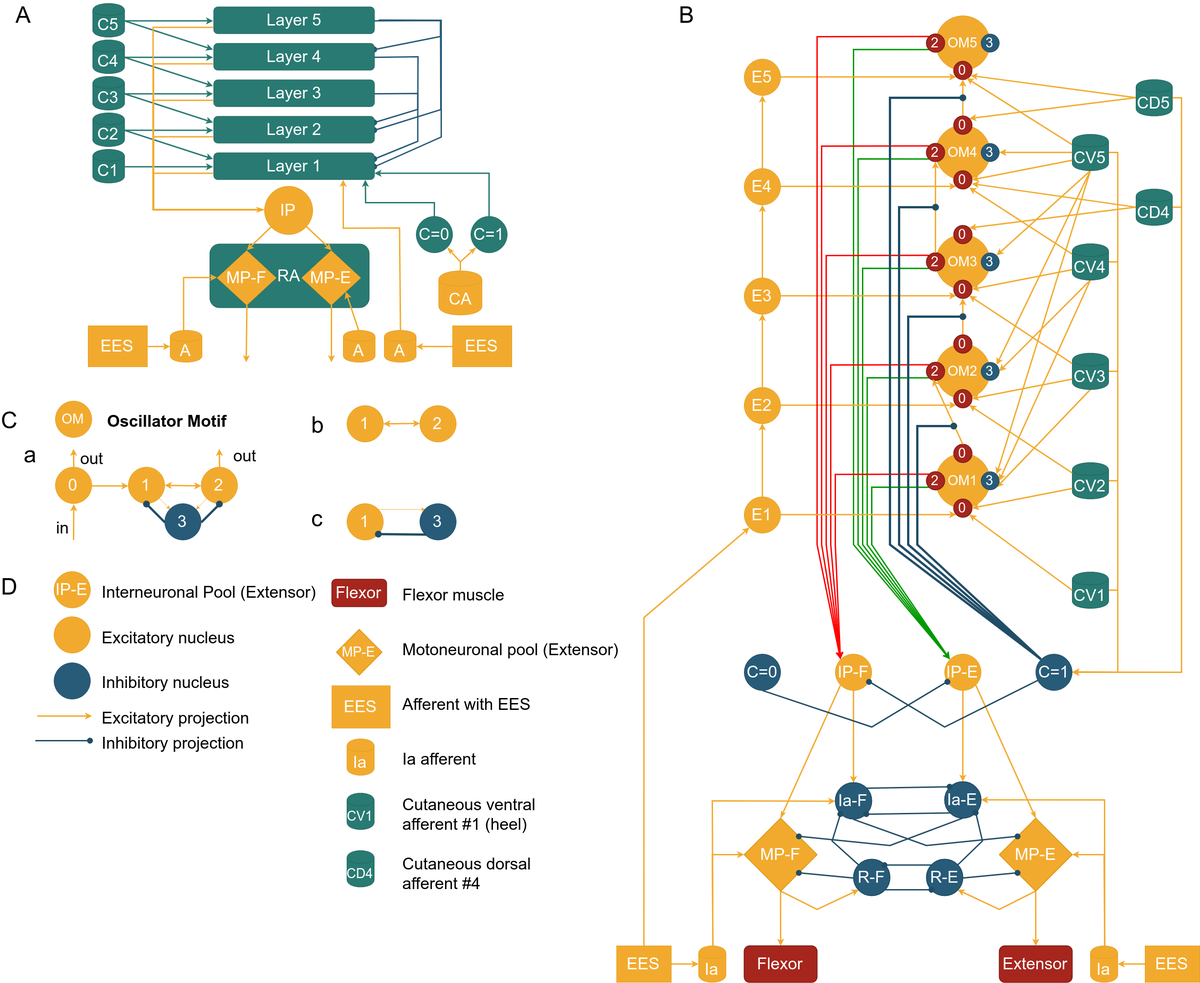
This is doc/diagram/cpg_FE_combined.png from research-team/memristive-spinal-cord, a draw.io export, as it was before one commit. Source tidied: cells renumbered, new cells last; positions are measured from the earlier drawing's top-left corner, leaving out a move shared by most shapes.
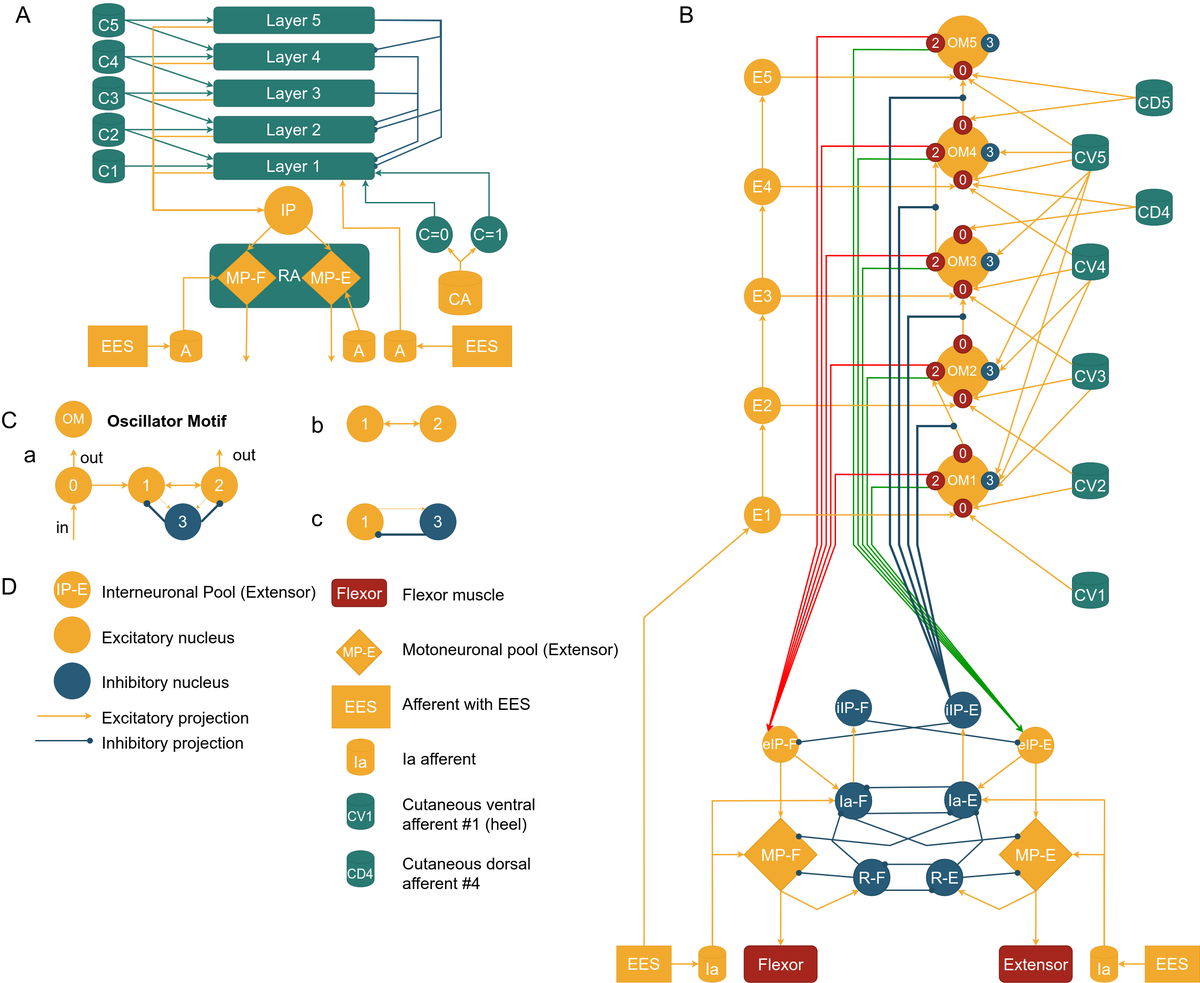
Later version of the same file.

Commit message:
CPG: got rid of C=0, C=1 nuclei

Change to the diagram source:
```diff
@@ -352,54 +352,14 @@
     <mxCell id="81" style="edgeStyle=none;rounded=0;comic=0;html=1;shadow=0;labelBackgroundColor=none;startArrow=none;startFill=0;startSize=6;endArrow=classic;endFill=1;endSize=6;jettySize=auto;strokeColor=#F2AA2E;strokeWidth=3;fillColor=#97D077;gradientColor=#97D077;fontSize=20;fontColor=#FFFFFF;align=left;exitX=1;exitY=0.5;exitDx=0;exitDy=0;entryX=0;entryY=0.5;entryDx=0;entryDy=0;" parent="1" edge="1" source="41" target="48">
       <mxGeometry relative="1" as="geometry" />
     </mxCell>
-    <mxCell id="82" style="rounded=0;html=1;exitX=1;exitY=0.5;jettySize=auto;strokeWidth=3;fillColor=#ffe6cc;strokeColor=#F2AA2E;fontColor=#FFFFFF;entryX=1;entryY=0.5;entryDx=0;entryDy=0;" parent="1" edge="1" source="133" target="88">
-      <mxGeometry relative="1" as="geometry">
-        <Array as="points">
-          <mxPoint x="2453" y="1294" />
-          <mxPoint x="2453" y="1474" />
-        </Array>
-      </mxGeometry>
-    </mxCell>
-    <mxCell id="83" style="html=1;exitX=1;exitY=0.5;entryX=1;entryY=0.5;jettySize=auto;rounded=0;fillColor=#ffe6cc;strokeColor=#F2AA2E;strokeWidth=3;fontColor=#FFFFFF;entryDx=0;entryDy=0;" parent="1" edge="1" source="178" target="88">
-      <mxGeometry relative="1" as="geometry">
-        <Array as="points">
-          <mxPoint x="2453" y="1054" />
-          <mxPoint x="2453" y="1474" />
-        </Array>
-      </mxGeometry>
-    </mxCell>
-    <mxCell id="84" style="rounded=0;html=1;exitX=1;exitY=0.5;entryX=1;entryY=0.5;jettySize=auto;strokeWidth=3;fillColor=#ffe6cc;strokeColor=#F2AA2E;fontColor=#FFFFFF;entryDx=0;entryDy=0;" parent="1" edge="1" source="177" target="88">
-      <mxGeometry relative="1" as="geometry">
-        <Array as="points">
-          <mxPoint x="2453" y="814" />
-          <mxPoint x="2453" y="1474" />
-        </Array>
-      </mxGeometry>
-    </mxCell>
-    <mxCell id="85" style="rounded=0;html=1;exitX=1;exitY=0.5;entryX=1;entryY=0.5;jettySize=auto;strokeWidth=3;fillColor=#ffe6cc;strokeColor=#F2AA2E;fontColor=#FFFFFF;entryDx=0;entryDy=0;" parent="1" edge="1" source="227" target="88">
-      <mxGeometry relative="1" as="geometry">
-        <Array as="points">
-          <mxPoint x="2453" y="574" />
-          <mxPoint x="2453" y="1474" />
-        </Array>
-      </mxGeometry>
-    </mxCell>
-    <mxCell id="86" style="rounded=0;html=1;entryX=1;entryY=0.5;jettySize=auto;strokeWidth=3;fillColor=#ffe6cc;strokeColor=#F2AA2E;exitX=1;exitY=0.5;fontColor=#FFFFFF;entryDx=0;entryDy=0;" parent="1" edge="1" source="226" target="88">
-      <mxGeometry relative="1" as="geometry">
-        <Array as="points">
-          <mxPoint x="2453" y="334" />
-          <mxPoint x="2453" y="1474" />
-        </Array>
-      </mxGeometry>
-    </mxCell>
     <mxCell id="87" style="rounded=0;html=1;exitX=0;exitY=0.5;entryX=1;entryY=0.5;jettySize=auto;strokeWidth=3;fillColor=#ffe6cc;strokeColor=#F2AA2E;fontColor=#FFFFFF;exitDx=0;exitDy=0;" parent="1" edge="1" source="174" target="132">
       <mxGeometry relative="1" as="geometry" />
     </mxCell>
-    <mxCell id="88" value="&lt;font style=&quot;font-size: 36px&quot;&gt;C=1&lt;/font&gt;" style="ellipse;whiteSpace=wrap;html=1;rounded=0;shadow=0;glass=0;comic=0;labelBackgroundColor=none;strokeColor=#1D4459;strokeWidth=1;fillColor=#275B78;fontSize=30;fontColor=#FFFFFF;align=center;gradientColor=none;" parent="1" vertex="1">
-      <mxGeometry x="2273" y="1434" width="80" height="80" as="geometry" />
+    <mxCell id="88" value="&lt;font style=&quot;font-size: 34px&quot;&gt;iIP-E&lt;/font&gt;" style="ellipse;whiteSpace=wrap;html=1;rounded=0;shadow=0;glass=0;comic=0;labelBackgroundColor=none;strokeColor=#1D4459;strokeWidth=1;fillColor=#275B78;fontSize=30;fontColor=#FFFFFF;align=center;gradientColor=none;" parent="1" vertex="1">
+      <mxGeometry x="2073" y="1516.5" width="80" height="80" as="geometry" />
     </mxCell>
-    <mxCell id="89" value="&lt;font style=&quot;font-size: 36px&quot;&gt;C=0&lt;/font&gt;" style="ellipse;whiteSpace=wrap;html=1;rounded=0;shadow=0;glass=0;comic=0;labelBackgroundColor=none;strokeColor=#1D4459;strokeWidth=1;fillColor=#275B78;fontSize=30;fontColor=#FFFFFF;align=center;gradientColor=none;" parent="1" vertex="1">
-      <mxGeometry x="1633" y="1434" width="80" height="80" as="geometry" />
+    <mxCell id="89" value="&lt;font style=&quot;font-size: 34px&quot;&gt;iIP-F&lt;/font&gt;" style="ellipse;whiteSpace=wrap;html=1;rounded=0;shadow=0;glass=0;comic=0;labelBackgroundColor=none;strokeColor=#1D4459;strokeWidth=1;fillColor=#275B78;fontSize=30;fontColor=#FFFFFF;align=center;gradientColor=none;" parent="1" vertex="1">
+      <mxGeometry x="1833" y="1512" width="80" height="80" as="geometry" />
     </mxCell>
     <mxCell id="90" style="rounded=0;comic=0;html=1;entryX=0;entryY=1;shadow=0;labelBackgroundColor=none;startArrow=none;startFill=0;startSize=6;endArrow=classic;endFill=1;endSize=6;jettySize=auto;strokeColor=#F2AA2E;strokeWidth=3;fillColor=#ffcd28;gradientColor=#ffa500;fontSize=30;fontColor=#000000;align=left;exitX=0.5;exitY=0;entryDx=0;entryDy=0;exitDx=0;exitDy=0;" parent="1" edge="1" source="173" target="175">
       <mxGeometry relative="1" as="geometry">
@@ -454,16 +414,16 @@
     <mxCell id="97" style="edgeStyle=none;comic=0;html=1;exitX=0.5;exitY=1;startArrow=none;startFill=0;endArrow=classic;endFill=1;jettySize=auto;strokeColor=#F2AA2E;strokeWidth=3;fontSize=18;fontColor=#FFFFFF;fillColor=#ffcd28;gradientColor=#ffa500;rounded=0;" parent="1" edge="1" source="110" target="116">
       <mxGeometry relative="1" as="geometry" />
     </mxCell>
-    <mxCell id="98" style="rounded=0;html=1;entryX=0.5;entryY=0;startArrow=none;startFill=0;endArrow=classicThin;endFill=1;jettySize=auto;strokeColor=#F2AA2E;strokeWidth=3;fontSize=20;fontColor=#003366;fillColor=#ffcd28;gradientColor=#ffa500;exitX=1;exitY=1;exitDx=0;exitDy=0;" parent="1" edge="1" source="118" target="109">
+    <mxCell id="98" style="rounded=0;html=1;entryX=0.5;entryY=0;startArrow=none;startFill=0;endArrow=classicThin;endFill=1;jettySize=auto;strokeColor=#F2AA2E;strokeWidth=3;fontSize=20;fontColor=#003366;fillColor=#ffcd28;gradientColor=#ffa500;exitX=0.5;exitY=1;exitDx=0;exitDy=0;" parent="1" edge="1" source="118" target="109">
       <mxGeometry relative="1" as="geometry" />
     </mxCell>
-    <mxCell id="99" style="rounded=0;html=1;entryX=0.5;entryY=0;startArrow=none;startFill=0;endArrow=classicThin;endFill=1;jettySize=auto;strokeColor=#F2AA2E;strokeWidth=3;fontSize=20;fontColor=#003366;fillColor=#ffcd28;gradientColor=#ffa500;exitX=0;exitY=1;exitDx=0;exitDy=0;" parent="1" edge="1" source="117" target="110">
+    <mxCell id="99" style="rounded=0;html=1;entryX=0.5;entryY=0;startArrow=none;startFill=0;endArrow=classicThin;endFill=1;jettySize=auto;strokeColor=#F2AA2E;strokeWidth=3;fontSize=20;fontColor=#003366;fillColor=#ffcd28;gradientColor=#ffa500;" parent="1" edge="1" source="117" target="110">
       <mxGeometry relative="1" as="geometry" />
     </mxCell>
-    <mxCell id="100" style="endArrow=classic;html=1;strokeColor=#F2AA2E;strokeWidth=3;fontSize=20;fontColor=#003366;entryX=0.5;entryY=0;fillColor=#ffcd28;exitX=0.5;exitY=1;gradientColor=#ffa500;rounded=0;entryDx=0;entryDy=0;" parent="1" edge="1" source="117" target="111">
+    <mxCell id="100" style="endArrow=classic;html=1;strokeColor=#F2AA2E;strokeWidth=3;fontSize=20;fontColor=#003366;fillColor=#ffcd28;gradientColor=#ffa500;rounded=0;" parent="1" edge="1" source="117" target="111">
       <mxGeometry relative="1" as="geometry" />
     </mxCell>
-    <mxCell id="101" style="endArrow=classic;html=1;strokeColor=#F2AA2E;strokeWidth=3;fontSize=20;fontColor=#003366;entryX=0.5;entryY=0;fillColor=#ffcd28;gradientColor=#ffa500;rounded=0;entryDx=0;entryDy=0;" parent="1" edge="1" source="118" target="112">
+    <mxCell id="101" style="endArrow=classic;html=1;strokeColor=#F2AA2E;strokeWidth=3;fontSize=20;fontColor=#003366;fillColor=#ffcd28;gradientColor=#ffa500;rounded=0;" parent="1" edge="1" source="118" target="112">
       <mxGeometry relative="1" as="geometry" />
     </mxCell>
     <mxCell id="102" style="endArrow=classic;html=1;strokeColor=#F2AA2E;strokeWidth=3;fontSize=18;fontColor=#FFFFFF;entryX=0;entryY=1;fillColor=#ffcd28;gradientColor=#ffa500;exitX=0.5;exitY=1;rounded=0;" parent="1" edge="1" source="110" target="113">
@@ -535,11 +495,11 @@
     <mxCell id="116" value="&lt;font style=&quot;font-size: 36px&quot;&gt;Flexor&lt;/font&gt;" style="rounded=1;whiteSpace=wrap;html=1;strokeColor=#821E17;strokeWidth=2;fillColor=#a6261d;fontSize=30;fontColor=#FFFFFF;gradientColor=none;" parent="1" vertex="1">
       <mxGeometry x="1633" y="2074" width="160" height="80" as="geometry" />
     </mxCell>
-    <mxCell id="117" value="&lt;font style=&quot;font-size: 36px&quot;&gt;IP-F&lt;/font&gt;" style="ellipse;whiteSpace=wrap;html=1;rounded=0;shadow=0;glass=0;comic=0;labelBackgroundColor=none;strokeColor=#E09A14;strokeWidth=1;fillColor=#f2aa2e;fontSize=30;fontColor=#FFFFFF;align=center;gradientColor=none;" parent="1" vertex="1">
-      <mxGeometry x="1833" y="1434" width="80" height="80" as="geometry" />
+    <mxCell id="117" value="&lt;font style=&quot;font-size: 31px&quot;&gt;eIP-F&lt;/font&gt;" style="ellipse;whiteSpace=wrap;html=1;rounded=0;shadow=0;glass=0;comic=0;labelBackgroundColor=none;strokeColor=#E09A14;strokeWidth=1;fillColor=#f2aa2e;fontSize=30;fontColor=#FFFFFF;align=center;gradientColor=none;" parent="1" vertex="1">
+      <mxGeometry x="1673" y="1592" width="80" height="80" as="geometry" />
     </mxCell>
-    <mxCell id="118" value="&lt;font style=&quot;font-size: 36px&quot;&gt;IP-E&lt;/font&gt;" style="ellipse;whiteSpace=wrap;html=1;rounded=0;shadow=0;glass=0;comic=0;labelBackgroundColor=none;strokeColor=#E09A14;strokeWidth=1;fillColor=#f2aa2e;fontSize=30;fontColor=#FFFFFF;align=center;gradientColor=none;" parent="1" vertex="1">
-      <mxGeometry x="2073" y="1434" width="80" height="80" as="geometry" />
+    <mxCell id="118" value="&lt;font style=&quot;font-size: 30px&quot;&gt;eIP-E&lt;/font&gt;" style="ellipse;whiteSpace=wrap;html=1;rounded=0;shadow=0;glass=0;comic=0;labelBackgroundColor=none;strokeColor=#E09A14;strokeWidth=1;fillColor=#f2aa2e;fontSize=30;fontColor=#FFFFFF;align=center;gradientColor=none;" parent="1" vertex="1">
+      <mxGeometry x="2233" y="1594" width="80" height="80" as="geometry" />
     </mxCell>
     <mxCell id="119" style="edgeStyle=none;html=1;exitX=0.5;exitY=1;entryX=1;entryY=0;startArrow=none;startFill=0;endArrow=oval;endFill=1;jettySize=auto;strokeColor=#214D66;strokeWidth=3;fontSize=20;fontColor=#FFFFFF;fillColor=#dae8fc;gradientColor=#7ea6e0;endSize=10;rounded=0;" parent="1" edge="1" source="112" target="110">
       <mxGeometry relative="1" as="geometry">
@@ -555,10 +515,10 @@
         </Array>
       </mxGeometry>
     </mxCell>
-    <mxCell id="121" style="html=1;entryX=0;entryY=0;startArrow=none;startFill=0;endArrow=oval;endFill=1;jettySize=auto;strokeColor=#214D66;strokeWidth=3;fontSize=20;fontColor=#FFFFFF;comic=0;fillColor=#dae8fc;gradientColor=#7ea6e0;endSize=10;rounded=0;exitX=1;exitY=0;exitDx=0;exitDy=0;entryDx=0;entryDy=0;" parent="1" edge="1" source="111" target="112">
+    <mxCell id="121" style="html=1;entryX=0;entryY=1;startArrow=none;startFill=0;endArrow=oval;endFill=1;jettySize=auto;strokeColor=#214D66;strokeWidth=3;fontSize=20;fontColor=#FFFFFF;comic=0;fillColor=#dae8fc;gradientColor=#7ea6e0;endSize=10;rounded=0;exitX=1;exitY=1;exitDx=0;exitDy=0;entryDx=0;entryDy=0;" parent="1" edge="1" source="111" target="112">
       <mxGeometry relative="1" as="geometry" />
     </mxCell>
-    <mxCell id="122" style="comic=0;html=1;exitX=0;exitY=1;startArrow=none;startFill=0;endArrow=oval;endFill=1;jettySize=auto;strokeColor=#214D66;strokeWidth=3;fontSize=20;fontColor=#FFFFFF;fillColor=#dae8fc;gradientColor=#7ea6e0;endSize=10;rounded=0;exitDx=0;exitDy=0;entryX=1;entryY=1;entryDx=0;entryDy=0;" parent="1" edge="1" source="112" target="111">
+    <mxCell id="122" style="comic=0;html=1;exitX=0;exitY=0;startArrow=none;startFill=0;endArrow=oval;endFill=1;jettySize=auto;strokeColor=#214D66;strokeWidth=3;fontSize=20;fontColor=#FFFFFF;fillColor=#dae8fc;gradientColor=#7ea6e0;endSize=10;rounded=0;exitDx=0;exitDy=0;entryX=1;entryY=0;entryDx=0;entryDy=0;" parent="1" edge="1" source="112" target="111">
       <mxGeometry relative="1" as="geometry" />
     </mxCell>
     <mxCell id="123" style="edgeStyle=none;comic=0;html=1;exitX=0;exitY=0;entryX=0;entryY=1;startArrow=none;startFill=0;endArrow=oval;endFill=1;jettySize=auto;strokeColor=#214D66;strokeWidth=3;fontSize=18;fontColor=#FFFFFF;fillColor=#dae8fc;gradientColor=#7ea6e0;endSize=10;rounded=0;" parent="1" edge="1" source="113" target="111">
@@ -587,19 +547,11 @@
     <mxCell id="128" style="edgeStyle=none;comic=0;html=1;exitX=1;exitY=1;entryX=0;entryY=1;startArrow=none;startFill=0;endArrow=oval;endFill=1;jettySize=auto;strokeColor=#214D66;strokeWidth=3;fontSize=18;fontColor=#FFFFFF;fillColor=#dae8fc;gradientColor=#7ea6e0;endSize=10;rounded=0;" parent="1" edge="1" source="113" target="114">
       <mxGeometry relative="1" as="geometry" />
     </mxCell>
-    <mxCell id="129" style="comic=0;html=1;startArrow=none;startFill=0;endArrow=oval;endFill=1;jettySize=auto;strokeColor=#214D66;strokeWidth=3;fontSize=18;fontColor=#FF8000;fillColor=#dae8fc;endSize=10;gradientColor=#7ea6e0;rounded=0;" parent="1" edge="1" source="88" target="117">
-      <mxGeometry relative="1" as="geometry">
-        <Array as="points">
-          <mxPoint x="2073" y="1594" />
-        </Array>
-      </mxGeometry>
+    <mxCell id="129" style="comic=0;html=1;startArrow=none;startFill=0;endArrow=oval;endFill=1;jettySize=auto;strokeColor=#214D66;strokeWidth=3;fontSize=18;fontColor=#FF8000;fillColor=#dae8fc;endSize=10;gradientColor=#7ea6e0;rounded=0;exitX=0;exitY=1;exitDx=0;exitDy=0;" parent="1" edge="1" source="88" target="117">
+      <mxGeometry relative="1" as="geometry" />
     </mxCell>
-    <mxCell id="130" style="comic=0;html=1;exitX=0.5;exitY=1;startArrow=none;startFill=0;endArrow=oval;endFill=1;jettySize=auto;strokeColor=#214D66;strokeWidth=3;fontSize=18;fontColor=#FF8000;fillColor=#dae8fc;endSize=10;gradientColor=#7ea6e0;rounded=0;" parent="1" edge="1" source="89" target="118">
-      <mxGeometry relative="1" as="geometry">
-        <Array as="points">
-          <mxPoint x="1913" y="1594" />
-        </Array>
-      </mxGeometry>
+    <mxCell id="130" style="comic=0;html=1;exitX=1;exitY=1;startArrow=none;startFill=0;endArrow=oval;endFill=1;jettySize=auto;strokeColor=#214D66;strokeWidth=3;fontSize=18;fontColor=#FF8000;fillColor=#dae8fc;endSize=10;gradientColor=#7ea6e0;rounded=0;exitDx=0;exitDy=0;" parent="1" edge="1" source="89" target="118">
+      <mxGeometry relative="1" as="geometry" />
     </mxCell>
     <mxCell id="131" value="&lt;font style=&quot;font-size: 36px&quot;&gt;Ia&lt;/font&gt;" style="shape=cylinder;whiteSpace=wrap;html=1;boundedLbl=1;backgroundOutline=1;rounded=1;shadow=0;glass=0;strokeColor=#E09A14;strokeWidth=1;fillColor=#f2aa2e;gradientColor=none;fontSize=30;align=center;fontColor=#FFFFFF;" parent="1" vertex="1">
       <mxGeometry x="1533" y="2074" width="60" height="80" as="geometry" />
@@ -692,14 +644,6 @@
     <mxCell id="152" style="rounded=0;jettySize=auto;html=1;exitX=0;exitY=0.5;exitDx=0;exitDy=0;strokeWidth=3;fillColor=#ffcd28;strokeColor=#F2AA2E;shadow=0;fontSize=30;fontColor=#FFFFFF;align=left;gradientColor=#ffa500;labelBackgroundColor=none;endFill=1;endSize=6;startFill=0;startArrow=none;startSize=6;entryX=0.958;entryY=0.75;entryDx=0;entryDy=0;entryPerimeter=0;" parent="1" edge="1" source="154" target="182">
       <mxGeometry relative="1" as="geometry" />
     </mxCell>
-    <mxCell id="153" style="edgeStyle=none;rounded=0;jettySize=auto;html=1;exitX=1;exitY=0.5;exitDx=0;exitDy=0;entryX=1;entryY=0.5;entryDx=0;entryDy=0;strokeWidth=3;fillColor=#ffcd28;strokeColor=#F2AA2E;shadow=0;fontSize=30;fontColor=#FFFFFF;align=left;gradientColor=#ffa500;labelBackgroundColor=none;endFill=1;endSize=6;startFill=0;startArrow=none;startSize=6;" parent="1" edge="1" source="154" target="88">
-      <mxGeometry relative="1" as="geometry">
-        <Array as="points">
-          <mxPoint x="2593" y="214" />
-          <mxPoint x="2593" y="1474" />
-        </Array>
-      </mxGeometry>
-    </mxCell>
     <mxCell id="154" value="&lt;font style=&quot;font-size: 36px&quot;&gt;CD5&lt;/font&gt;" style="shape=cylinder;whiteSpace=wrap;html=1;boundedLbl=1;backgroundOutline=1;rounded=1;shadow=0;glass=0;strokeColor=#20615B;strokeWidth=1;fillColor=#287a72;gradientColor=none;fontSize=30;align=center;fontColor=#FFFFFF;" parent="1" vertex="1">
       <mxGeometry x="2493" y="174" width="80" height="80" as="geometry" />
     </mxCell>
@@ -709,14 +653,6 @@
     <mxCell id="156" style="rounded=0;jettySize=auto;html=1;exitX=0;exitY=0.5;exitDx=0;exitDy=0;strokeWidth=3;fillColor=#ffcd28;strokeColor=#F2AA2E;shadow=0;fontSize=30;fontColor=#FFFFFF;align=left;gradientColor=#ffa500;labelBackgroundColor=none;endFill=1;endSize=6;startFill=0;startArrow=none;startSize=6;entryX=1;entryY=0;entryDx=0;entryDy=0;" parent="1" edge="1" source="158" target="200">
       <mxGeometry relative="1" as="geometry" />
     </mxCell>
-    <mxCell id="157" style="edgeStyle=none;rounded=0;jettySize=auto;html=1;exitX=1;exitY=0.5;exitDx=0;exitDy=0;strokeWidth=3;endArrow=classic;endFill=1;fillColor=#ffcd28;strokeColor=#F2AA2E;shadow=0;fontSize=30;fontColor=#FFFFFF;align=left;gradientColor=#ffa500;labelBackgroundColor=none;endSize=6;startFill=0;startArrow=none;startSize=6;entryX=1;entryY=0.5;entryDx=0;entryDy=0;" parent="1" edge="1" source="158" target="88">
-      <mxGeometry relative="1" as="geometry">
-        <Array as="points">
-          <mxPoint x="2593" y="454" />
-          <mxPoint x="2593" y="1474" />
-        </Array>
-      </mxGeometry>
-    </mxCell>
     <mxCell id="158" value="&lt;font style=&quot;font-size: 36px&quot;&gt;CD4&lt;/font&gt;" style="shape=cylinder;whiteSpace=wrap;html=1;boundedLbl=1;backgroundOutline=1;rounded=1;shadow=0;glass=0;strokeColor=#20615B;strokeWidth=1;fillColor=#287a72;gradientColor=none;fontSize=30;align=center;fontColor=#FFFFFF;" parent="1" vertex="1">
       <mxGeometry x="2493" y="414" width="80" height="80" as="geometry" />
     </mxCell>
@@ -1004,5 +940,11 @@
     <mxCell id="242" value="c" style="text;html=1;align=left;verticalAlign=top;spacingTop=-4;fontSize=50;fontColor=#000000;" parent="1" vertex="1">
       <mxGeometry x="681" y="1103.8" width="40" height="60" as="geometry" />
     </mxCell>
+    <mxCell id="243" style="rounded=0;html=1;entryX=0.5;entryY=1;startArrow=none;startFill=0;endArrow=classicThin;endFill=1;jettySize=auto;strokeColor=#F2AA2E;strokeWidth=3;fontSize=20;fontColor=#003366;fillColor=#ffcd28;gradientColor=#ffa500;entryDx=0;entryDy=0;" parent="1" edge="1" source="112" target="88">
+      <mxGeometry relative="1" as="geometry" />
+    </mxCell>
+    <mxCell id="244" style="rounded=0;html=1;entryX=0.5;entryY=1;startArrow=none;startFill=0;endArrow=classicThin;endFill=1;jettySize=auto;strokeColor=#F2AA2E;strokeWidth=3;fontSize=20;fontColor=#003366;fillColor=#ffcd28;gradientColor=#ffa500;entryDx=0;entryDy=0;" parent="1" edge="1" source="111" target="89">
+      <mxGeometry relative="1" as="geometry" />
+    </mxCell>
   </root>
 </mxGraphModel>
```
